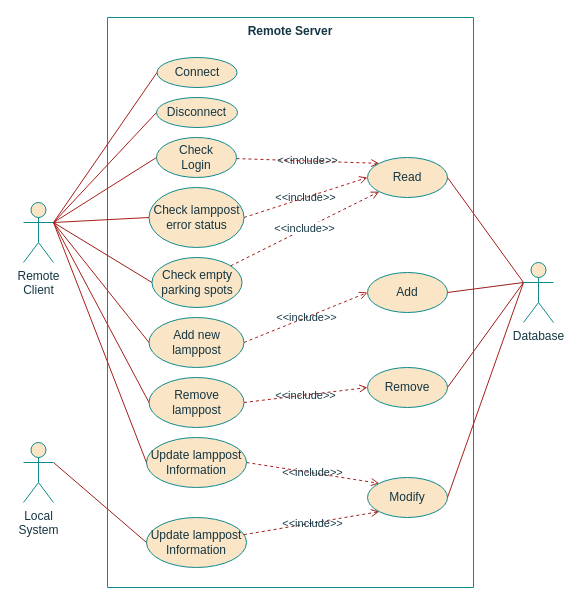
Above: page "Server_UseCases" (6 of 7) of project/report/flowcharts/RemoteSystem.drawio in ESRGgroup9/slipad (draw.io), before the change. Source tidied: cells renumbered, new cells numbered last; positions are measured from the earlier drawing's top-left corner, leaving out a move shared by most shapes. Both pictures are drawn from the tidied source at 100%, with x=0, y=0 at pixel (23, 17).
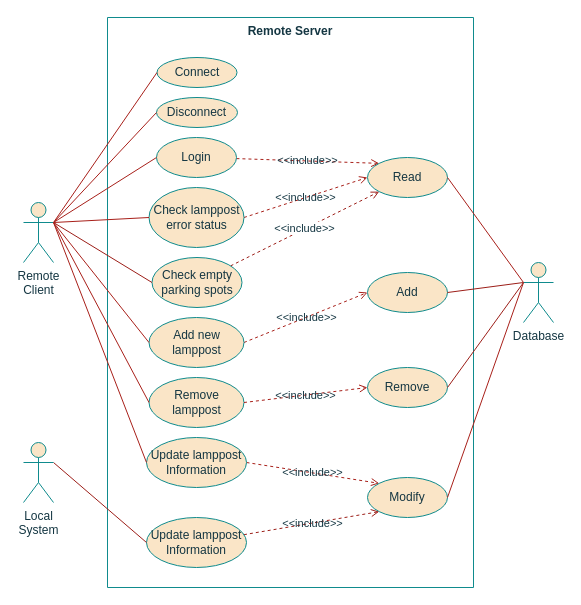
The same page after the edit.

Unchanged cells that the change refers to:
```xml
<mxCell id="2" value="Remote Server" style="swimlane;startSize=0;verticalAlign=top;fillColor=#FAE5C7;strokeColor=#0F8B8D;fontColor=#143642;" parent="1" vertex="1">
  <mxGeometry x="84" width="366" height="570" as="geometry" />
</mxCell>
```

Diff of the diagram source:
```diff
@@
-    <mxCell id="4" value="&lt;div&gt;Check &lt;br&gt;&lt;/div&gt;&lt;div&gt;Login&lt;/div&gt;" style="ellipse;whiteSpace=wrap;html=1;fillColor=#FAE5C7;strokeColor=#0F8B8D;fontColor=#143642;" parent="2" vertex="1">
+    <mxCell id="4" value="&lt;div&gt;Login&lt;/div&gt;" style="ellipse;whiteSpace=wrap;html=1;fillColor=#FAE5C7;strokeColor=#0F8B8D;fontColor=#143642;" parent="2" vertex="1">
       <mxGeometry x="49" y="120" width="80" height="40" as="geometry" />
     </mxCell>
```
